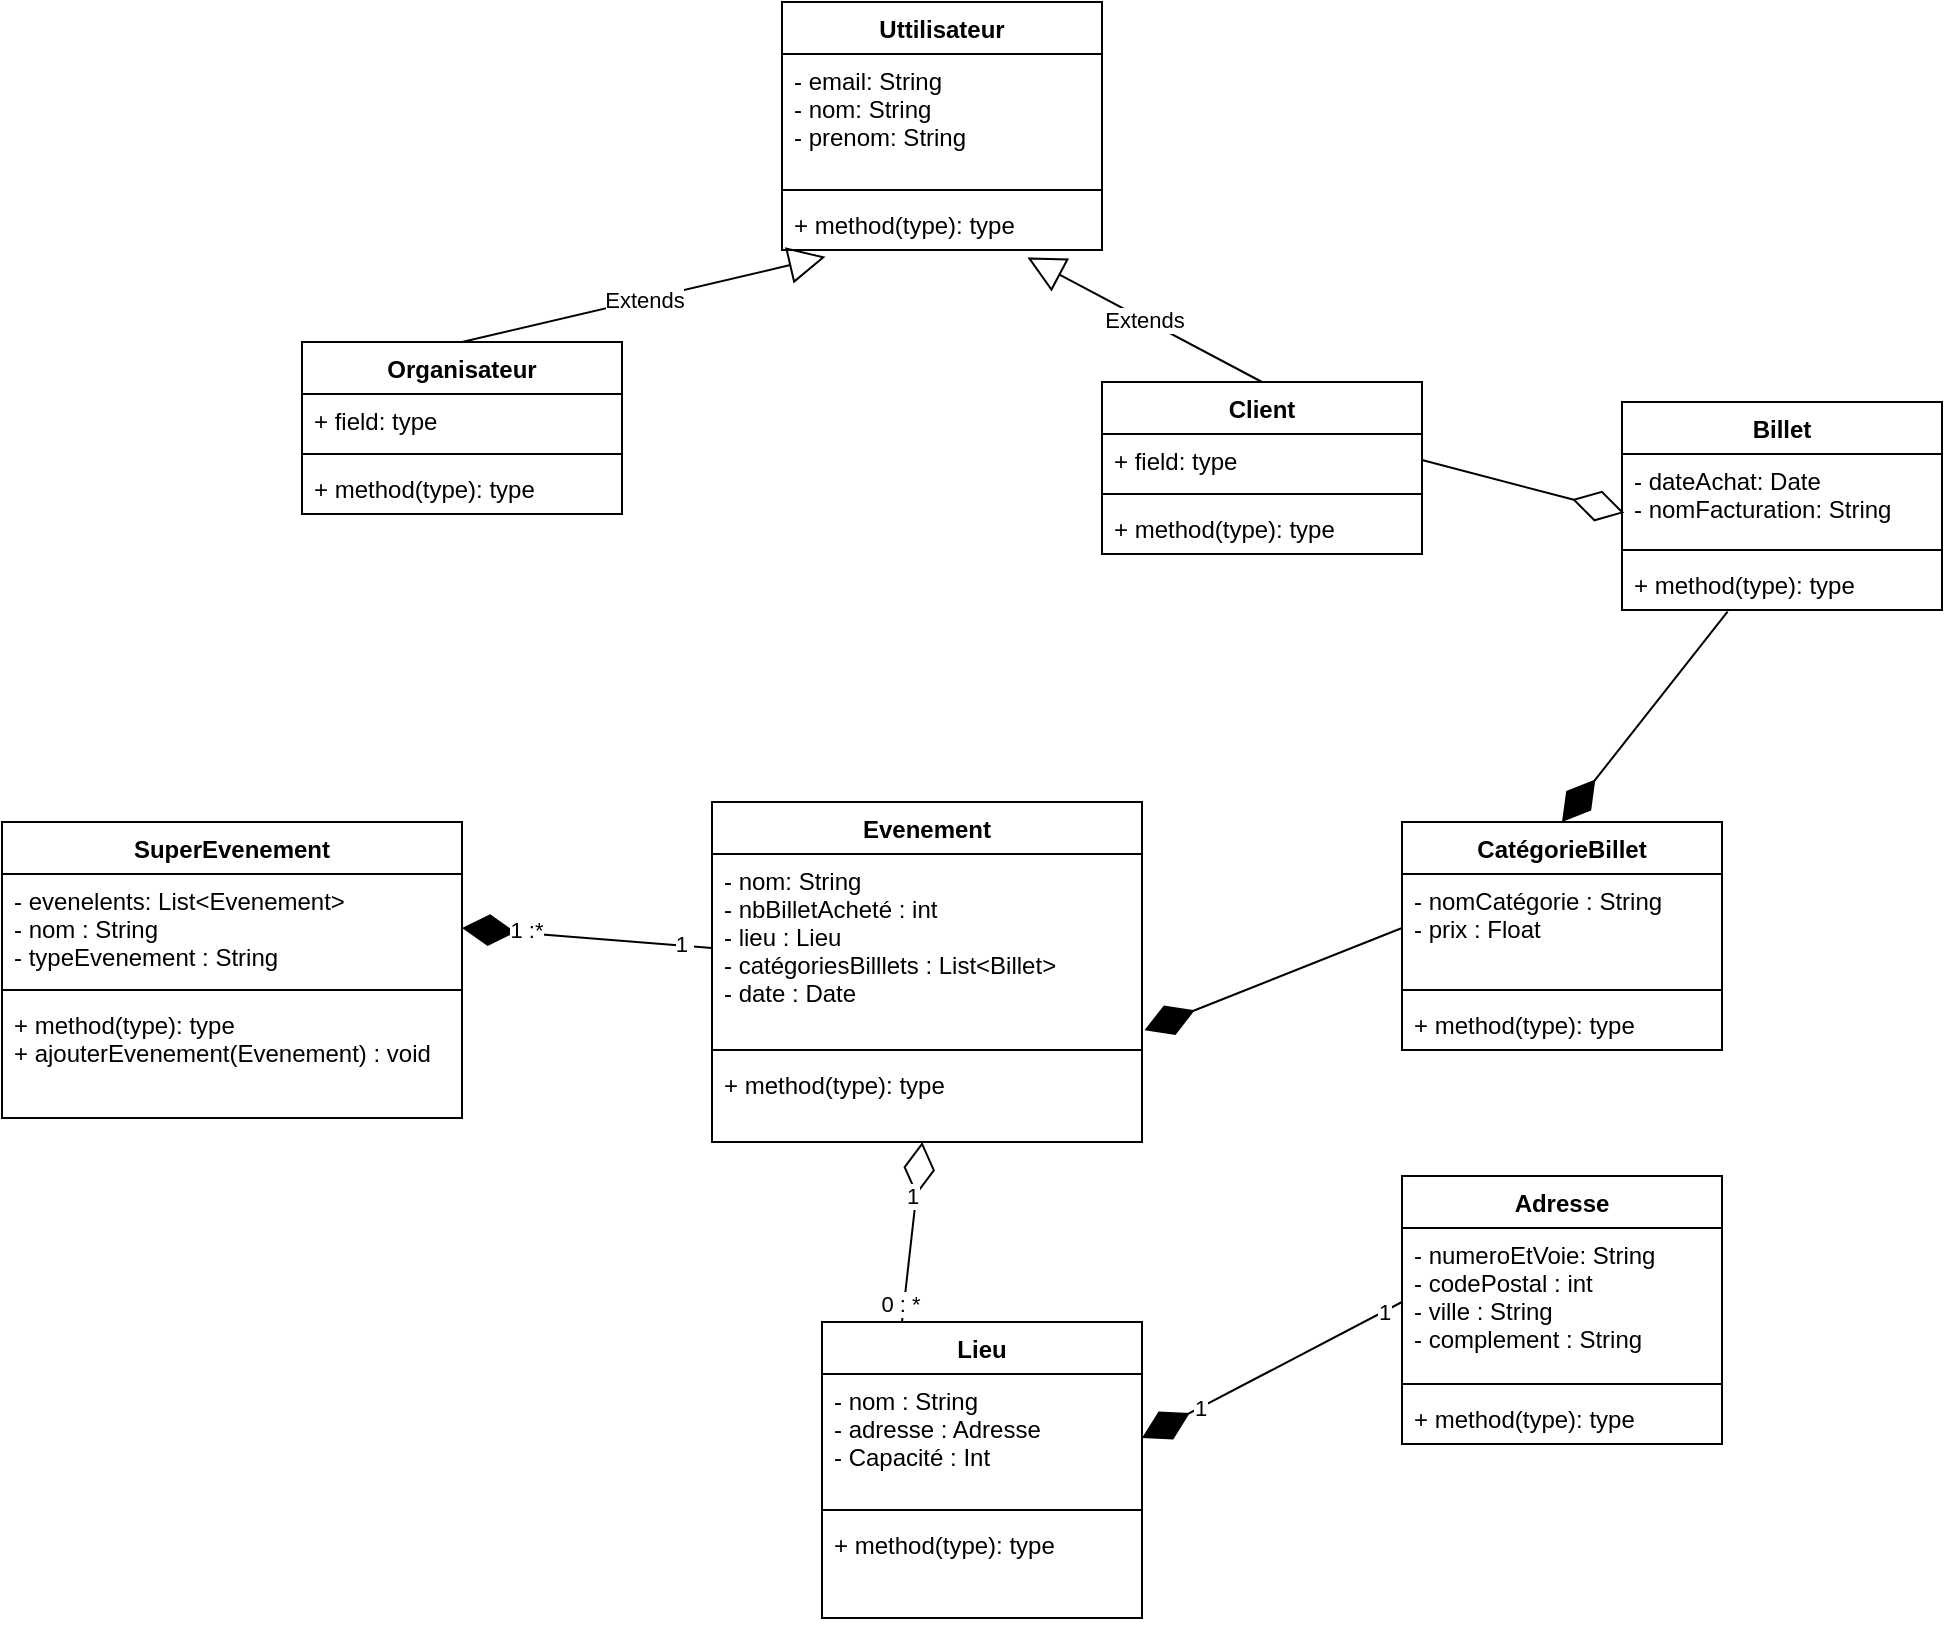
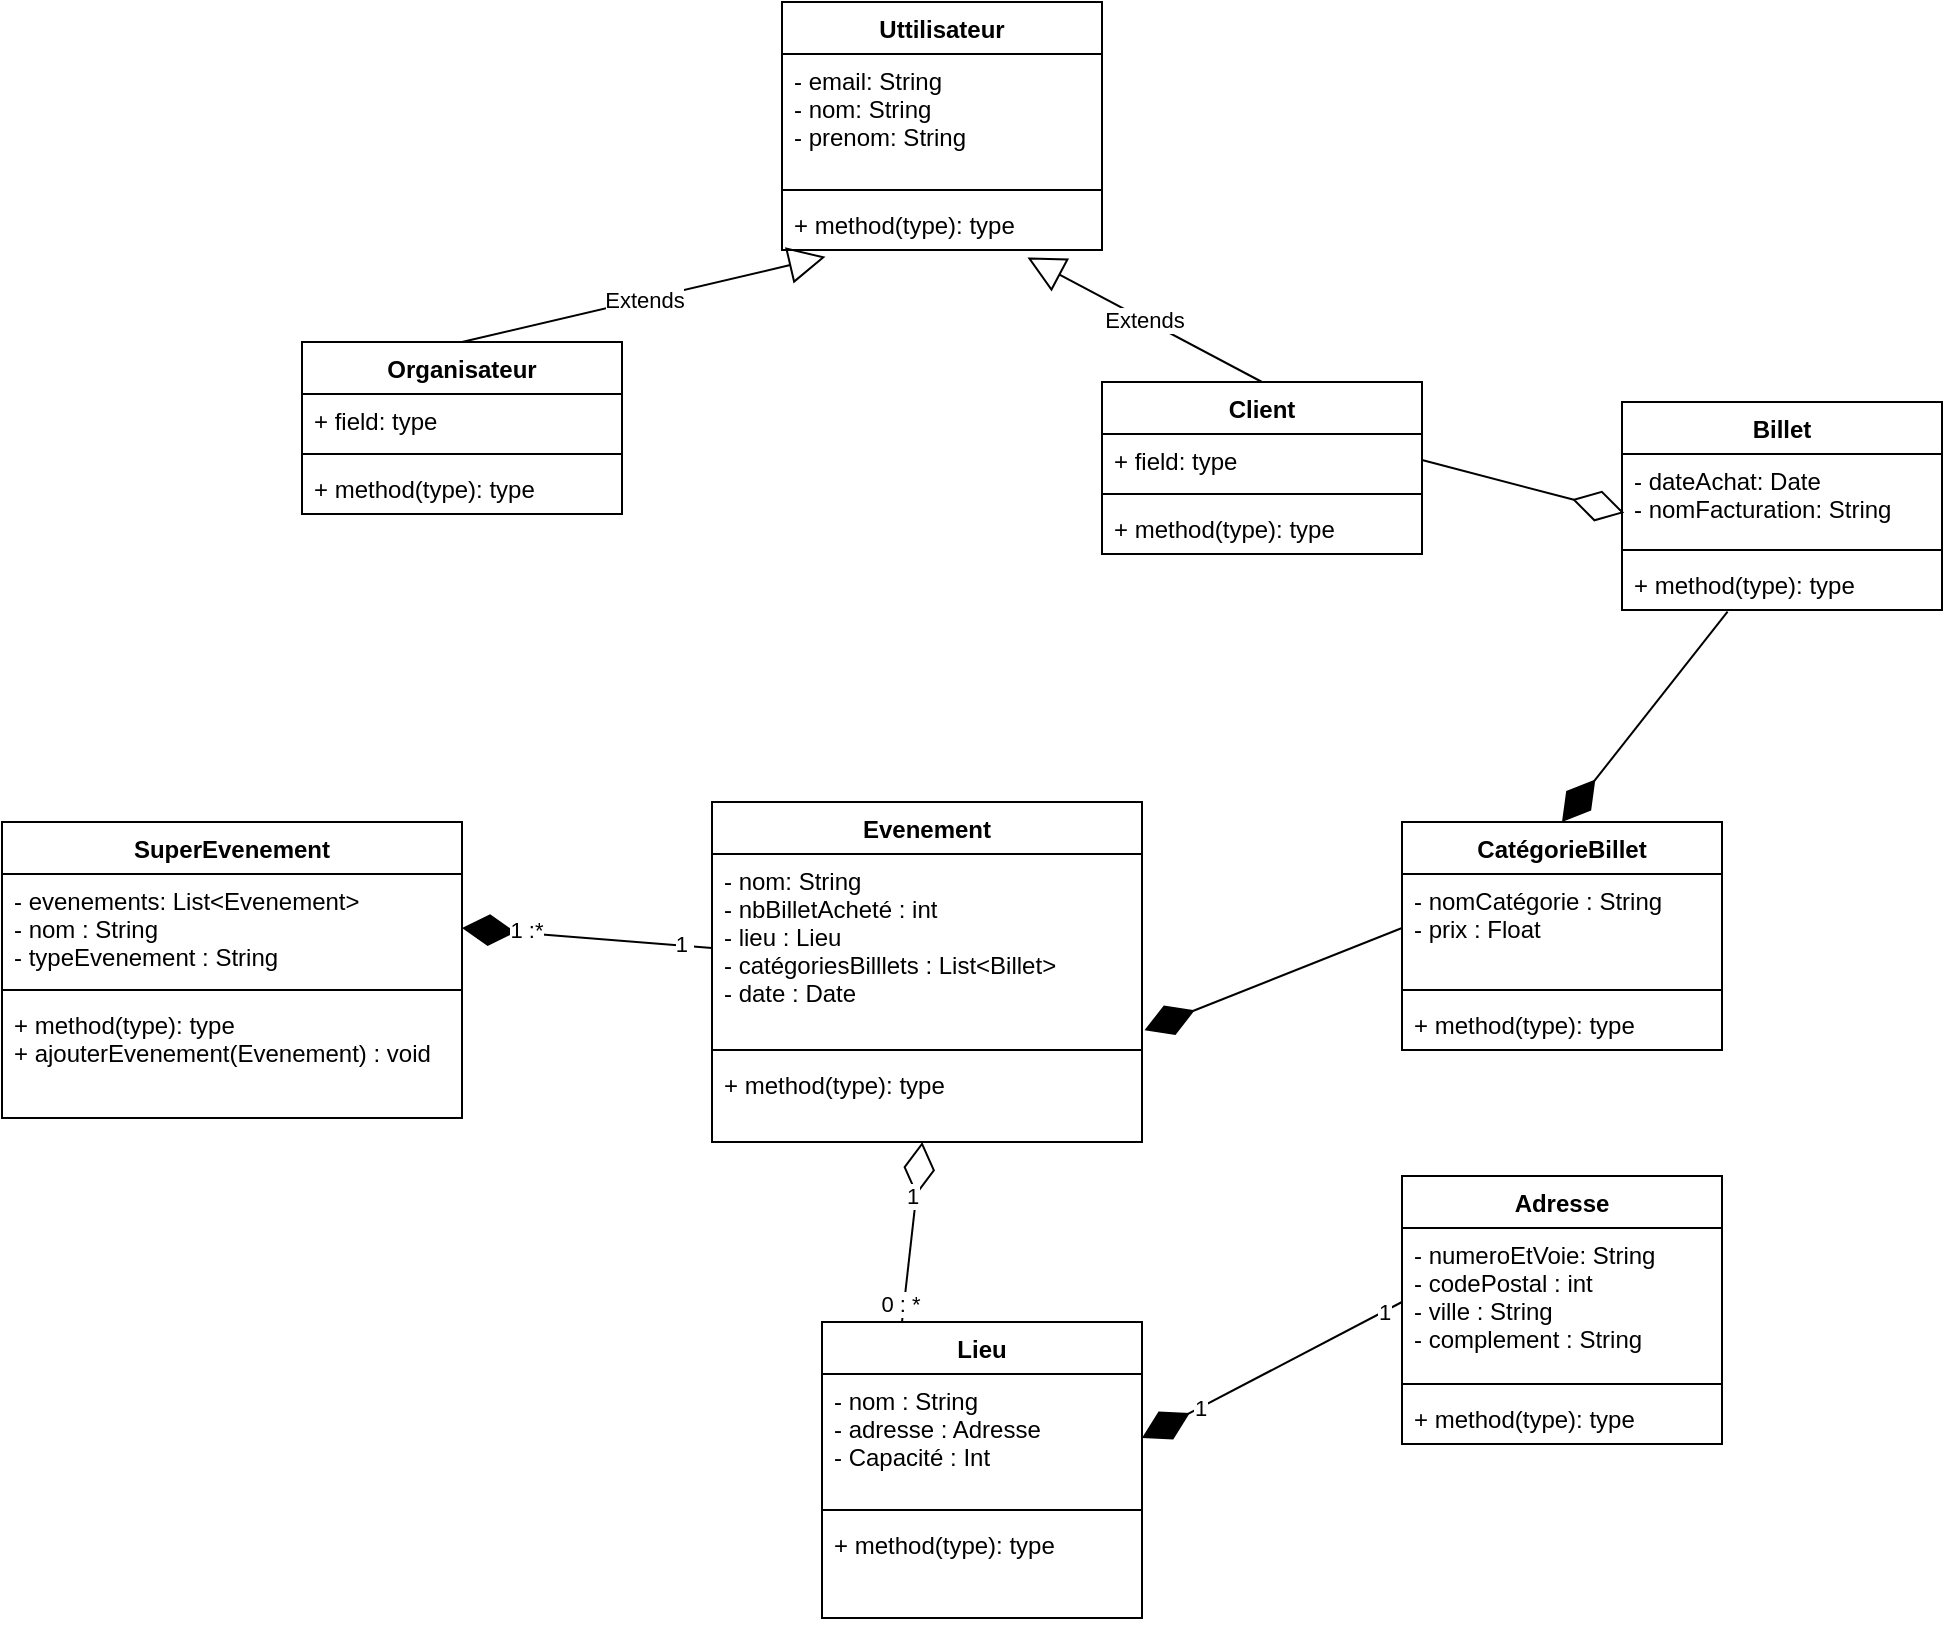
<mxfile host="65bd71144e">
    <diagram id="f2BURgSD-AAibuTe-Y48" name="Page-1">
-         <mxGraphModel dx="991" dy="1755" grid="1" gridSize="10" guides="1" tooltips="1" connect="1" arrows="1" fold="1" page="1" pageScale="1" pageWidth="850" pageHeight="1100" math="0" shadow="0">
+         <mxGraphModel dx="638" dy="2083" grid="1" gridSize="10" guides="1" tooltips="1" connect="1" arrows="1" fold="1" page="1" pageScale="1" pageWidth="850" pageHeight="1100" math="0" shadow="0">
            <root>
                <mxCell id="0"/>
                <mxCell id="1" parent="0"/>
-                 <mxCell id="2" value="Evenement" style="swimlane;fontStyle=1;align=center;verticalAlign=top;childLayout=stackLayout;horizontal=1;startSize=26;horizontalStack=0;resizeParent=1;resizeParentMax=0;resizeLast=0;collapsible=1;marginBottom=0;" vertex="1" parent="1">
+                 <mxCell id="2" value="Evenement" style="swimlane;fontStyle=1;align=center;verticalAlign=top;childLayout=stackLayout;horizontal=1;startSize=26;horizontalStack=0;resizeParent=1;resizeParentMax=0;resizeLast=0;collapsible=1;marginBottom=0;" parent="1" vertex="1">
                    <mxGeometry x="415" y="320" width="215" height="170" as="geometry"/>
                </mxCell>
-                 <mxCell id="3" value="- nom: String&#10;- nbBilletAcheté : int&#10;- lieu : Lieu&#10;- catégoriesBilllets : List&lt;Billet&gt;&#10;- date : Date" style="text;strokeColor=none;fillColor=none;align=left;verticalAlign=top;spacingLeft=4;spacingRight=4;overflow=hidden;rotatable=0;points=[[0,0.5],[1,0.5]];portConstraint=eastwest;" vertex="1" parent="2">
+                 <mxCell id="3" value="- nom: String&#10;- nbBilletAcheté : int&#10;- lieu : Lieu&#10;- catégoriesBilllets : List&lt;Billet&gt;&#10;- date : Date" style="text;strokeColor=none;fillColor=none;align=left;verticalAlign=top;spacingLeft=4;spacingRight=4;overflow=hidden;rotatable=0;points=[[0,0.5],[1,0.5]];portConstraint=eastwest;" parent="2" vertex="1">
                    <mxGeometry y="26" width="215" height="94" as="geometry"/>
                </mxCell>
-                 <mxCell id="4" value="" style="line;strokeWidth=1;fillColor=none;align=left;verticalAlign=middle;spacingTop=-1;spacingLeft=3;spacingRight=3;rotatable=0;labelPosition=right;points=[];portConstraint=eastwest;strokeColor=inherit;" vertex="1" parent="2">
+                 <mxCell id="4" value="" style="line;strokeWidth=1;fillColor=none;align=left;verticalAlign=middle;spacingTop=-1;spacingLeft=3;spacingRight=3;rotatable=0;labelPosition=right;points=[];portConstraint=eastwest;strokeColor=inherit;" parent="2" vertex="1">
                    <mxGeometry y="120" width="215" height="8" as="geometry"/>
                </mxCell>
-                 <mxCell id="5" value="+ method(type): type" style="text;strokeColor=none;fillColor=none;align=left;verticalAlign=top;spacingLeft=4;spacingRight=4;overflow=hidden;rotatable=0;points=[[0,0.5],[1,0.5]];portConstraint=eastwest;" vertex="1" parent="2">
+                 <mxCell id="5" value="+ method(type): type" style="text;strokeColor=none;fillColor=none;align=left;verticalAlign=top;spacingLeft=4;spacingRight=4;overflow=hidden;rotatable=0;points=[[0,0.5],[1,0.5]];portConstraint=eastwest;" parent="2" vertex="1">
                    <mxGeometry y="128" width="215" height="42" as="geometry"/>
                </mxCell>
-                 <mxCell id="6" value="SuperEvenement" style="swimlane;fontStyle=1;align=center;verticalAlign=top;childLayout=stackLayout;horizontal=1;startSize=26;horizontalStack=0;resizeParent=1;resizeParentMax=0;resizeLast=0;collapsible=1;marginBottom=0;" vertex="1" parent="1">
+                 <mxCell id="6" value="SuperEvenement" style="swimlane;fontStyle=1;align=center;verticalAlign=top;childLayout=stackLayout;horizontal=1;startSize=26;horizontalStack=0;resizeParent=1;resizeParentMax=0;resizeLast=0;collapsible=1;marginBottom=0;" parent="1" vertex="1">
                    <mxGeometry x="60" y="330" width="230" height="148" as="geometry"/>
                </mxCell>
-                 <mxCell id="7" value="- evenelents: List&lt;Evenement&gt;&#10;- nom : String&#10;- typeEvenement : String" style="text;strokeColor=none;fillColor=none;align=left;verticalAlign=top;spacingLeft=4;spacingRight=4;overflow=hidden;rotatable=0;points=[[0,0.5],[1,0.5]];portConstraint=eastwest;" vertex="1" parent="6">
+                 <mxCell id="7" value="- evenements: List&lt;Evenement&gt;&#10;- nom : String&#10;- typeEvenement : String" style="text;strokeColor=none;fillColor=none;align=left;verticalAlign=top;spacingLeft=4;spacingRight=4;overflow=hidden;rotatable=0;points=[[0,0.5],[1,0.5]];portConstraint=eastwest;" parent="6" vertex="1">
                    <mxGeometry y="26" width="230" height="54" as="geometry"/>
                </mxCell>
-                 <mxCell id="8" value="" style="line;strokeWidth=1;fillColor=none;align=left;verticalAlign=middle;spacingTop=-1;spacingLeft=3;spacingRight=3;rotatable=0;labelPosition=right;points=[];portConstraint=eastwest;strokeColor=inherit;" vertex="1" parent="6">
+                 <mxCell id="8" value="" style="line;strokeWidth=1;fillColor=none;align=left;verticalAlign=middle;spacingTop=-1;spacingLeft=3;spacingRight=3;rotatable=0;labelPosition=right;points=[];portConstraint=eastwest;strokeColor=inherit;" parent="6" vertex="1">
                    <mxGeometry y="80" width="230" height="8" as="geometry"/>
                </mxCell>
-                 <mxCell id="9" value="+ method(type): type&#10;+ ajouterEvenement(Evenement) : void" style="text;strokeColor=none;fillColor=none;align=left;verticalAlign=top;spacingLeft=4;spacingRight=4;overflow=hidden;rotatable=0;points=[[0,0.5],[1,0.5]];portConstraint=eastwest;" vertex="1" parent="6">
+                 <mxCell id="9" value="+ method(type): type&#10;+ ajouterEvenement(Evenement) : void" style="text;strokeColor=none;fillColor=none;align=left;verticalAlign=top;spacingLeft=4;spacingRight=4;overflow=hidden;rotatable=0;points=[[0,0.5],[1,0.5]];portConstraint=eastwest;" parent="6" vertex="1">
                    <mxGeometry y="88" width="230" height="60" as="geometry"/>
                </mxCell>
-                 <mxCell id="10" value="" style="endArrow=diamondThin;endFill=1;endSize=24;html=1;entryX=1;entryY=0.5;entryDx=0;entryDy=0;exitX=0;exitY=0.5;exitDx=0;exitDy=0;" edge="1" parent="1" source="3" target="7">
+                 <mxCell id="10" value="" style="endArrow=diamondThin;endFill=1;endSize=24;html=1;entryX=1;entryY=0.5;entryDx=0;entryDy=0;exitX=0;exitY=0.5;exitDx=0;exitDy=0;" parent="1" source="3" target="7" edge="1">
                    <mxGeometry width="160" relative="1" as="geometry">
                        <mxPoint x="340" y="400" as="sourcePoint"/>
                        <mxPoint x="500" y="400" as="targetPoint"/>
                    </mxGeometry>
                </mxCell>
-                 <mxCell id="69" value="1 :*" style="edgeLabel;html=1;align=center;verticalAlign=middle;resizable=0;points=[];" vertex="1" connectable="0" parent="10">
+                 <mxCell id="69" value="1 :*" style="edgeLabel;html=1;align=center;verticalAlign=middle;resizable=0;points=[];" parent="10" vertex="1" connectable="0">
                    <mxGeometry x="0.5039" y="-2" relative="1" as="geometry">
                        <mxPoint x="1" as="offset"/>
                    </mxGeometry>
                </mxCell>
-                 <mxCell id="71" value="1&amp;nbsp;" style="edgeLabel;html=1;align=center;verticalAlign=middle;resizable=0;points=[];" vertex="1" connectable="0" parent="10">
+                 <mxCell id="71" value="1&amp;nbsp;" style="edgeLabel;html=1;align=center;verticalAlign=middle;resizable=0;points=[];" parent="10" vertex="1" connectable="0">
                    <mxGeometry x="-0.7667" y="-1" relative="1" as="geometry">
                        <mxPoint as="offset"/>
                    </mxGeometry>
                </mxCell>
-                 <mxCell id="11" value="Lieu" style="swimlane;fontStyle=1;align=center;verticalAlign=top;childLayout=stackLayout;horizontal=1;startSize=26;horizontalStack=0;resizeParent=1;resizeParentMax=0;resizeLast=0;collapsible=1;marginBottom=0;" vertex="1" parent="1">
+                 <mxCell id="11" value="Lieu" style="swimlane;fontStyle=1;align=center;verticalAlign=top;childLayout=stackLayout;horizontal=1;startSize=26;horizontalStack=0;resizeParent=1;resizeParentMax=0;resizeLast=0;collapsible=1;marginBottom=0;" parent="1" vertex="1">
                    <mxGeometry x="470" y="580" width="160" height="148" as="geometry"/>
                </mxCell>
-                 <mxCell id="12" value="- nom : String&#10;- adresse : Adresse&#10;- Capacité : Int&#10;" style="text;strokeColor=none;fillColor=none;align=left;verticalAlign=top;spacingLeft=4;spacingRight=4;overflow=hidden;rotatable=0;points=[[0,0.5],[1,0.5]];portConstraint=eastwest;" vertex="1" parent="11">
+                 <mxCell id="12" value="- nom : String&#10;- adresse : Adresse&#10;- Capacité : Int&#10;" style="text;strokeColor=none;fillColor=none;align=left;verticalAlign=top;spacingLeft=4;spacingRight=4;overflow=hidden;rotatable=0;points=[[0,0.5],[1,0.5]];portConstraint=eastwest;" parent="11" vertex="1">
                    <mxGeometry y="26" width="160" height="64" as="geometry"/>
                </mxCell>
-                 <mxCell id="13" value="" style="line;strokeWidth=1;fillColor=none;align=left;verticalAlign=middle;spacingTop=-1;spacingLeft=3;spacingRight=3;rotatable=0;labelPosition=right;points=[];portConstraint=eastwest;strokeColor=inherit;" vertex="1" parent="11">
+                 <mxCell id="13" value="" style="line;strokeWidth=1;fillColor=none;align=left;verticalAlign=middle;spacingTop=-1;spacingLeft=3;spacingRight=3;rotatable=0;labelPosition=right;points=[];portConstraint=eastwest;strokeColor=inherit;" parent="11" vertex="1">
                    <mxGeometry y="90" width="160" height="8" as="geometry"/>
                </mxCell>
-                 <mxCell id="14" value="+ method(type): type" style="text;strokeColor=none;fillColor=none;align=left;verticalAlign=top;spacingLeft=4;spacingRight=4;overflow=hidden;rotatable=0;points=[[0,0.5],[1,0.5]];portConstraint=eastwest;" vertex="1" parent="11">
+                 <mxCell id="14" value="+ method(type): type" style="text;strokeColor=none;fillColor=none;align=left;verticalAlign=top;spacingLeft=4;spacingRight=4;overflow=hidden;rotatable=0;points=[[0,0.5],[1,0.5]];portConstraint=eastwest;" parent="11" vertex="1">
                    <mxGeometry y="98" width="160" height="50" as="geometry"/>
                </mxCell>
-                 <mxCell id="15" value="" style="endArrow=diamondThin;endFill=0;endSize=24;html=1;exitX=0.25;exitY=0;exitDx=0;exitDy=0;" edge="1" parent="1" source="11" target="5">
+                 <mxCell id="15" value="" style="endArrow=diamondThin;endFill=0;endSize=24;html=1;exitX=0.25;exitY=0;exitDx=0;exitDy=0;" parent="1" source="11" target="5" edge="1">
                    <mxGeometry width="160" relative="1" as="geometry">
                        <mxPoint x="430" y="570" as="sourcePoint"/>
                        <mxPoint x="590" y="570" as="targetPoint"/>
                    </mxGeometry>
                </mxCell>
-                 <mxCell id="72" value="1" style="edgeLabel;html=1;align=center;verticalAlign=middle;resizable=0;points=[];" vertex="1" connectable="0" parent="15">
+                 <mxCell id="72" value="1" style="edgeLabel;html=1;align=center;verticalAlign=middle;resizable=0;points=[];" parent="15" vertex="1" connectable="0">
                    <mxGeometry x="0.3864" y="2" relative="1" as="geometry">
                        <mxPoint as="offset"/>
                    </mxGeometry>
                </mxCell>
-                 <mxCell id="73" value="0 : *" style="edgeLabel;html=1;align=center;verticalAlign=middle;resizable=0;points=[];" vertex="1" connectable="0" parent="15">
+                 <mxCell id="73" value="0 : *" style="edgeLabel;html=1;align=center;verticalAlign=middle;resizable=0;points=[];" parent="15" vertex="1" connectable="0">
                    <mxGeometry x="-0.7988" y="2" relative="1" as="geometry">
                        <mxPoint as="offset"/>
                    </mxGeometry>
                </mxCell>
-                 <mxCell id="17" value="CatégorieBillet" style="swimlane;fontStyle=1;align=center;verticalAlign=top;childLayout=stackLayout;horizontal=1;startSize=26;horizontalStack=0;resizeParent=1;resizeParentMax=0;resizeLast=0;collapsible=1;marginBottom=0;" vertex="1" parent="1">
+                 <mxCell id="17" value="CatégorieBillet" style="swimlane;fontStyle=1;align=center;verticalAlign=top;childLayout=stackLayout;horizontal=1;startSize=26;horizontalStack=0;resizeParent=1;resizeParentMax=0;resizeLast=0;collapsible=1;marginBottom=0;" parent="1" vertex="1">
                    <mxGeometry x="760" y="330" width="160" height="114" as="geometry"/>
                </mxCell>
-                 <mxCell id="18" value="- nomCatégorie : String&#10;- prix : Float" style="text;strokeColor=none;fillColor=none;align=left;verticalAlign=top;spacingLeft=4;spacingRight=4;overflow=hidden;rotatable=0;points=[[0,0.5],[1,0.5]];portConstraint=eastwest;" vertex="1" parent="17">
+                 <mxCell id="18" value="- nomCatégorie : String&#10;- prix : Float" style="text;strokeColor=none;fillColor=none;align=left;verticalAlign=top;spacingLeft=4;spacingRight=4;overflow=hidden;rotatable=0;points=[[0,0.5],[1,0.5]];portConstraint=eastwest;" parent="17" vertex="1">
                    <mxGeometry y="26" width="160" height="54" as="geometry"/>
                </mxCell>
-                 <mxCell id="19" value="" style="line;strokeWidth=1;fillColor=none;align=left;verticalAlign=middle;spacingTop=-1;spacingLeft=3;spacingRight=3;rotatable=0;labelPosition=right;points=[];portConstraint=eastwest;strokeColor=inherit;" vertex="1" parent="17">
+                 <mxCell id="19" value="" style="line;strokeWidth=1;fillColor=none;align=left;verticalAlign=middle;spacingTop=-1;spacingLeft=3;spacingRight=3;rotatable=0;labelPosition=right;points=[];portConstraint=eastwest;strokeColor=inherit;" parent="17" vertex="1">
                    <mxGeometry y="80" width="160" height="8" as="geometry"/>
                </mxCell>
-                 <mxCell id="20" value="+ method(type): type" style="text;strokeColor=none;fillColor=none;align=left;verticalAlign=top;spacingLeft=4;spacingRight=4;overflow=hidden;rotatable=0;points=[[0,0.5],[1,0.5]];portConstraint=eastwest;" vertex="1" parent="17">
+                 <mxCell id="20" value="+ method(type): type" style="text;strokeColor=none;fillColor=none;align=left;verticalAlign=top;spacingLeft=4;spacingRight=4;overflow=hidden;rotatable=0;points=[[0,0.5],[1,0.5]];portConstraint=eastwest;" parent="17" vertex="1">
                    <mxGeometry y="88" width="160" height="26" as="geometry"/>
                </mxCell>
-                 <mxCell id="23" value="" style="endArrow=diamondThin;endFill=1;endSize=24;html=1;exitX=0;exitY=0.5;exitDx=0;exitDy=0;entryX=1.006;entryY=0.937;entryDx=0;entryDy=0;entryPerimeter=0;" edge="1" parent="1" source="18" target="3">
+                 <mxCell id="23" value="" style="endArrow=diamondThin;endFill=1;endSize=24;html=1;exitX=0;exitY=0.5;exitDx=0;exitDy=0;entryX=1.006;entryY=0.937;entryDx=0;entryDy=0;entryPerimeter=0;" parent="1" source="18" target="3" edge="1">
                    <mxGeometry width="160" relative="1" as="geometry">
                        <mxPoint x="440" y="470" as="sourcePoint"/>
                        <mxPoint x="660" y="500" as="targetPoint"/>
                    </mxGeometry>
                </mxCell>
-                 <mxCell id="43" value="Adresse" style="swimlane;fontStyle=1;align=center;verticalAlign=top;childLayout=stackLayout;horizontal=1;startSize=26;horizontalStack=0;resizeParent=1;resizeParentMax=0;resizeLast=0;collapsible=1;marginBottom=0;" vertex="1" parent="1">
+                 <mxCell id="43" value="Adresse" style="swimlane;fontStyle=1;align=center;verticalAlign=top;childLayout=stackLayout;horizontal=1;startSize=26;horizontalStack=0;resizeParent=1;resizeParentMax=0;resizeLast=0;collapsible=1;marginBottom=0;" parent="1" vertex="1">
                    <mxGeometry x="760" y="507" width="160" height="134" as="geometry"/>
                </mxCell>
-                 <mxCell id="44" value="- numeroEtVoie: String&#10;- codePostal : int&#10;- ville : String&#10;- complement : String" style="text;strokeColor=none;fillColor=none;align=left;verticalAlign=top;spacingLeft=4;spacingRight=4;overflow=hidden;rotatable=0;points=[[0,0.5],[1,0.5]];portConstraint=eastwest;" vertex="1" parent="43">
+                 <mxCell id="44" value="- numeroEtVoie: String&#10;- codePostal : int&#10;- ville : String&#10;- complement : String" style="text;strokeColor=none;fillColor=none;align=left;verticalAlign=top;spacingLeft=4;spacingRight=4;overflow=hidden;rotatable=0;points=[[0,0.5],[1,0.5]];portConstraint=eastwest;" parent="43" vertex="1">
                    <mxGeometry y="26" width="160" height="74" as="geometry"/>
                </mxCell>
-                 <mxCell id="45" value="" style="line;strokeWidth=1;fillColor=none;align=left;verticalAlign=middle;spacingTop=-1;spacingLeft=3;spacingRight=3;rotatable=0;labelPosition=right;points=[];portConstraint=eastwest;strokeColor=inherit;" vertex="1" parent="43">
+                 <mxCell id="45" value="" style="line;strokeWidth=1;fillColor=none;align=left;verticalAlign=middle;spacingTop=-1;spacingLeft=3;spacingRight=3;rotatable=0;labelPosition=right;points=[];portConstraint=eastwest;strokeColor=inherit;" parent="43" vertex="1">
                    <mxGeometry y="100" width="160" height="8" as="geometry"/>
                </mxCell>
-                 <mxCell id="46" value="+ method(type): type" style="text;strokeColor=none;fillColor=none;align=left;verticalAlign=top;spacingLeft=4;spacingRight=4;overflow=hidden;rotatable=0;points=[[0,0.5],[1,0.5]];portConstraint=eastwest;" vertex="1" parent="43">
+                 <mxCell id="46" value="+ method(type): type" style="text;strokeColor=none;fillColor=none;align=left;verticalAlign=top;spacingLeft=4;spacingRight=4;overflow=hidden;rotatable=0;points=[[0,0.5],[1,0.5]];portConstraint=eastwest;" parent="43" vertex="1">
                    <mxGeometry y="108" width="160" height="26" as="geometry"/>
                </mxCell>
-                 <mxCell id="47" value="" style="endArrow=diamondThin;endFill=1;endSize=24;html=1;entryX=1;entryY=0.5;entryDx=0;entryDy=0;exitX=0;exitY=0.5;exitDx=0;exitDy=0;" edge="1" parent="1" source="44" target="12">
+                 <mxCell id="47" value="" style="endArrow=diamondThin;endFill=1;endSize=24;html=1;entryX=1;entryY=0.5;entryDx=0;entryDy=0;exitX=0;exitY=0.5;exitDx=0;exitDy=0;" parent="1" source="44" target="12" edge="1">
                    <mxGeometry width="160" relative="1" as="geometry">
                        <mxPoint x="590" y="440" as="sourcePoint"/>
                        <mxPoint x="750" y="440" as="targetPoint"/>
                    </mxGeometry>
                </mxCell>
-                 <mxCell id="74" value="1" style="edgeLabel;html=1;align=center;verticalAlign=middle;resizable=0;points=[];" vertex="1" connectable="0" parent="47">
+                 <mxCell id="74" value="1" style="edgeLabel;html=1;align=center;verticalAlign=middle;resizable=0;points=[];" parent="47" vertex="1" connectable="0">
                    <mxGeometry x="0.5515" relative="1" as="geometry">
                        <mxPoint as="offset"/>
                    </mxGeometry>
                </mxCell>
-                 <mxCell id="75" value="1" style="edgeLabel;html=1;align=center;verticalAlign=middle;resizable=0;points=[];" vertex="1" connectable="0" parent="47">
+                 <mxCell id="75" value="1" style="edgeLabel;html=1;align=center;verticalAlign=middle;resizable=0;points=[];" parent="47" vertex="1" connectable="0">
                    <mxGeometry x="-0.855" relative="1" as="geometry">
                        <mxPoint as="offset"/>
                    </mxGeometry>
                </mxCell>
-                 <mxCell id="48" value="Uttilisateur" style="swimlane;fontStyle=1;align=center;verticalAlign=top;childLayout=stackLayout;horizontal=1;startSize=26;horizontalStack=0;resizeParent=1;resizeParentMax=0;resizeLast=0;collapsible=1;marginBottom=0;" vertex="1" parent="1">
+                 <mxCell id="48" value="Uttilisateur" style="swimlane;fontStyle=1;align=center;verticalAlign=top;childLayout=stackLayout;horizontal=1;startSize=26;horizontalStack=0;resizeParent=1;resizeParentMax=0;resizeLast=0;collapsible=1;marginBottom=0;" parent="1" vertex="1">
                    <mxGeometry x="450" y="-80" width="160" height="124" as="geometry"/>
                </mxCell>
-                 <mxCell id="49" value="- email: String&#10;- nom: String&#10;- prenom: String" style="text;strokeColor=none;fillColor=none;align=left;verticalAlign=top;spacingLeft=4;spacingRight=4;overflow=hidden;rotatable=0;points=[[0,0.5],[1,0.5]];portConstraint=eastwest;" vertex="1" parent="48">
+                 <mxCell id="49" value="- email: String&#10;- nom: String&#10;- prenom: String" style="text;strokeColor=none;fillColor=none;align=left;verticalAlign=top;spacingLeft=4;spacingRight=4;overflow=hidden;rotatable=0;points=[[0,0.5],[1,0.5]];portConstraint=eastwest;" parent="48" vertex="1">
                    <mxGeometry y="26" width="160" height="64" as="geometry"/>
                </mxCell>
-                 <mxCell id="50" value="" style="line;strokeWidth=1;fillColor=none;align=left;verticalAlign=middle;spacingTop=-1;spacingLeft=3;spacingRight=3;rotatable=0;labelPosition=right;points=[];portConstraint=eastwest;strokeColor=inherit;" vertex="1" parent="48">
+                 <mxCell id="50" value="" style="line;strokeWidth=1;fillColor=none;align=left;verticalAlign=middle;spacingTop=-1;spacingLeft=3;spacingRight=3;rotatable=0;labelPosition=right;points=[];portConstraint=eastwest;strokeColor=inherit;" parent="48" vertex="1">
                    <mxGeometry y="90" width="160" height="8" as="geometry"/>
                </mxCell>
-                 <mxCell id="51" value="+ method(type): type" style="text;strokeColor=none;fillColor=none;align=left;verticalAlign=top;spacingLeft=4;spacingRight=4;overflow=hidden;rotatable=0;points=[[0,0.5],[1,0.5]];portConstraint=eastwest;" vertex="1" parent="48">
+                 <mxCell id="51" value="+ method(type): type" style="text;strokeColor=none;fillColor=none;align=left;verticalAlign=top;spacingLeft=4;spacingRight=4;overflow=hidden;rotatable=0;points=[[0,0.5],[1,0.5]];portConstraint=eastwest;" parent="48" vertex="1">
                    <mxGeometry y="98" width="160" height="26" as="geometry"/>
                </mxCell>
-                 <mxCell id="52" value="Organisateur" style="swimlane;fontStyle=1;align=center;verticalAlign=top;childLayout=stackLayout;horizontal=1;startSize=26;horizontalStack=0;resizeParent=1;resizeParentMax=0;resizeLast=0;collapsible=1;marginBottom=0;" vertex="1" parent="1">
+                 <mxCell id="52" value="Organisateur" style="swimlane;fontStyle=1;align=center;verticalAlign=top;childLayout=stackLayout;horizontal=1;startSize=26;horizontalStack=0;resizeParent=1;resizeParentMax=0;resizeLast=0;collapsible=1;marginBottom=0;" parent="1" vertex="1">
                    <mxGeometry x="210" y="90" width="160" height="86" as="geometry"/>
                </mxCell>
-                 <mxCell id="53" value="+ field: type" style="text;strokeColor=none;fillColor=none;align=left;verticalAlign=top;spacingLeft=4;spacingRight=4;overflow=hidden;rotatable=0;points=[[0,0.5],[1,0.5]];portConstraint=eastwest;" vertex="1" parent="52">
+                 <mxCell id="53" value="+ field: type" style="text;strokeColor=none;fillColor=none;align=left;verticalAlign=top;spacingLeft=4;spacingRight=4;overflow=hidden;rotatable=0;points=[[0,0.5],[1,0.5]];portConstraint=eastwest;" parent="52" vertex="1">
                    <mxGeometry y="26" width="160" height="26" as="geometry"/>
                </mxCell>
-                 <mxCell id="54" value="" style="line;strokeWidth=1;fillColor=none;align=left;verticalAlign=middle;spacingTop=-1;spacingLeft=3;spacingRight=3;rotatable=0;labelPosition=right;points=[];portConstraint=eastwest;strokeColor=inherit;" vertex="1" parent="52">
+                 <mxCell id="54" value="" style="line;strokeWidth=1;fillColor=none;align=left;verticalAlign=middle;spacingTop=-1;spacingLeft=3;spacingRight=3;rotatable=0;labelPosition=right;points=[];portConstraint=eastwest;strokeColor=inherit;" parent="52" vertex="1">
                    <mxGeometry y="52" width="160" height="8" as="geometry"/>
                </mxCell>
-                 <mxCell id="55" value="+ method(type): type" style="text;strokeColor=none;fillColor=none;align=left;verticalAlign=top;spacingLeft=4;spacingRight=4;overflow=hidden;rotatable=0;points=[[0,0.5],[1,0.5]];portConstraint=eastwest;" vertex="1" parent="52">
+                 <mxCell id="55" value="+ method(type): type" style="text;strokeColor=none;fillColor=none;align=left;verticalAlign=top;spacingLeft=4;spacingRight=4;overflow=hidden;rotatable=0;points=[[0,0.5],[1,0.5]];portConstraint=eastwest;" parent="52" vertex="1">
                    <mxGeometry y="60" width="160" height="26" as="geometry"/>
                </mxCell>
-                 <mxCell id="56" value="Client" style="swimlane;fontStyle=1;align=center;verticalAlign=top;childLayout=stackLayout;horizontal=1;startSize=26;horizontalStack=0;resizeParent=1;resizeParentMax=0;resizeLast=0;collapsible=1;marginBottom=0;" vertex="1" parent="1">
+                 <mxCell id="56" value="Client" style="swimlane;fontStyle=1;align=center;verticalAlign=top;childLayout=stackLayout;horizontal=1;startSize=26;horizontalStack=0;resizeParent=1;resizeParentMax=0;resizeLast=0;collapsible=1;marginBottom=0;" parent="1" vertex="1">
                    <mxGeometry x="610" y="110" width="160" height="86" as="geometry"/>
                </mxCell>
-                 <mxCell id="57" value="+ field: type" style="text;strokeColor=none;fillColor=none;align=left;verticalAlign=top;spacingLeft=4;spacingRight=4;overflow=hidden;rotatable=0;points=[[0,0.5],[1,0.5]];portConstraint=eastwest;" vertex="1" parent="56">
+                 <mxCell id="57" value="+ field: type" style="text;strokeColor=none;fillColor=none;align=left;verticalAlign=top;spacingLeft=4;spacingRight=4;overflow=hidden;rotatable=0;points=[[0,0.5],[1,0.5]];portConstraint=eastwest;" parent="56" vertex="1">
                    <mxGeometry y="26" width="160" height="26" as="geometry"/>
                </mxCell>
-                 <mxCell id="58" value="" style="line;strokeWidth=1;fillColor=none;align=left;verticalAlign=middle;spacingTop=-1;spacingLeft=3;spacingRight=3;rotatable=0;labelPosition=right;points=[];portConstraint=eastwest;strokeColor=inherit;" vertex="1" parent="56">
+                 <mxCell id="58" value="" style="line;strokeWidth=1;fillColor=none;align=left;verticalAlign=middle;spacingTop=-1;spacingLeft=3;spacingRight=3;rotatable=0;labelPosition=right;points=[];portConstraint=eastwest;strokeColor=inherit;" parent="56" vertex="1">
                    <mxGeometry y="52" width="160" height="8" as="geometry"/>
                </mxCell>
-                 <mxCell id="59" value="+ method(type): type" style="text;strokeColor=none;fillColor=none;align=left;verticalAlign=top;spacingLeft=4;spacingRight=4;overflow=hidden;rotatable=0;points=[[0,0.5],[1,0.5]];portConstraint=eastwest;" vertex="1" parent="56">
+                 <mxCell id="59" value="+ method(type): type" style="text;strokeColor=none;fillColor=none;align=left;verticalAlign=top;spacingLeft=4;spacingRight=4;overflow=hidden;rotatable=0;points=[[0,0.5],[1,0.5]];portConstraint=eastwest;" parent="56" vertex="1">
                    <mxGeometry y="60" width="160" height="26" as="geometry"/>
                </mxCell>
-                 <mxCell id="60" value="Extends" style="endArrow=block;endSize=16;endFill=0;html=1;entryX=0.136;entryY=1.131;entryDx=0;entryDy=0;entryPerimeter=0;exitX=0.5;exitY=0;exitDx=0;exitDy=0;" edge="1" parent="1" source="52" target="51">
+                 <mxCell id="60" value="Extends" style="endArrow=block;endSize=16;endFill=0;html=1;entryX=0.136;entryY=1.131;entryDx=0;entryDy=0;entryPerimeter=0;exitX=0.5;exitY=0;exitDx=0;exitDy=0;" parent="1" source="52" target="51" edge="1">
                    <mxGeometry width="160" relative="1" as="geometry">
                        <mxPoint x="440" y="240" as="sourcePoint"/>
                        <mxPoint x="600" y="240" as="targetPoint"/>
                    </mxGeometry>
                </mxCell>
-                 <mxCell id="61" value="Extends" style="endArrow=block;endSize=16;endFill=0;html=1;entryX=0.767;entryY=1.145;entryDx=0;entryDy=0;entryPerimeter=0;exitX=0.5;exitY=0;exitDx=0;exitDy=0;" edge="1" parent="1" source="56" target="51">
+                 <mxCell id="61" value="Extends" style="endArrow=block;endSize=16;endFill=0;html=1;entryX=0.767;entryY=1.145;entryDx=0;entryDy=0;entryPerimeter=0;exitX=0.5;exitY=0;exitDx=0;exitDy=0;" parent="1" source="56" target="51" edge="1">
                    <mxGeometry width="160" relative="1" as="geometry">
                        <mxPoint x="440" y="240" as="sourcePoint"/>
                        <mxPoint x="600" y="240" as="targetPoint"/>
                    </mxGeometry>
                </mxCell>
-                 <mxCell id="62" value="Billet" style="swimlane;fontStyle=1;align=center;verticalAlign=top;childLayout=stackLayout;horizontal=1;startSize=26;horizontalStack=0;resizeParent=1;resizeParentMax=0;resizeLast=0;collapsible=1;marginBottom=0;" vertex="1" parent="1">
+                 <mxCell id="62" value="Billet" style="swimlane;fontStyle=1;align=center;verticalAlign=top;childLayout=stackLayout;horizontal=1;startSize=26;horizontalStack=0;resizeParent=1;resizeParentMax=0;resizeLast=0;collapsible=1;marginBottom=0;" parent="1" vertex="1">
                    <mxGeometry x="870" y="120" width="160" height="104" as="geometry"/>
                </mxCell>
-                 <mxCell id="63" value="- dateAchat: Date&#10;- nomFacturation: String" style="text;strokeColor=none;fillColor=none;align=left;verticalAlign=top;spacingLeft=4;spacingRight=4;overflow=hidden;rotatable=0;points=[[0,0.5],[1,0.5]];portConstraint=eastwest;" vertex="1" parent="62">
+                 <mxCell id="63" value="- dateAchat: Date&#10;- nomFacturation: String" style="text;strokeColor=none;fillColor=none;align=left;verticalAlign=top;spacingLeft=4;spacingRight=4;overflow=hidden;rotatable=0;points=[[0,0.5],[1,0.5]];portConstraint=eastwest;" parent="62" vertex="1">
                    <mxGeometry y="26" width="160" height="44" as="geometry"/>
                </mxCell>
-                 <mxCell id="64" value="" style="line;strokeWidth=1;fillColor=none;align=left;verticalAlign=middle;spacingTop=-1;spacingLeft=3;spacingRight=3;rotatable=0;labelPosition=right;points=[];portConstraint=eastwest;strokeColor=inherit;" vertex="1" parent="62">
+                 <mxCell id="64" value="" style="line;strokeWidth=1;fillColor=none;align=left;verticalAlign=middle;spacingTop=-1;spacingLeft=3;spacingRight=3;rotatable=0;labelPosition=right;points=[];portConstraint=eastwest;strokeColor=inherit;" parent="62" vertex="1">
                    <mxGeometry y="70" width="160" height="8" as="geometry"/>
                </mxCell>
-                 <mxCell id="65" value="+ method(type): type" style="text;strokeColor=none;fillColor=none;align=left;verticalAlign=top;spacingLeft=4;spacingRight=4;overflow=hidden;rotatable=0;points=[[0,0.5],[1,0.5]];portConstraint=eastwest;" vertex="1" parent="62">
+                 <mxCell id="65" value="+ method(type): type" style="text;strokeColor=none;fillColor=none;align=left;verticalAlign=top;spacingLeft=4;spacingRight=4;overflow=hidden;rotatable=0;points=[[0,0.5],[1,0.5]];portConstraint=eastwest;" parent="62" vertex="1">
                    <mxGeometry y="78" width="160" height="26" as="geometry"/>
                </mxCell>
-                 <mxCell id="67" value="" style="endArrow=diamondThin;endFill=1;endSize=24;html=1;entryX=0.5;entryY=0;entryDx=0;entryDy=0;exitX=0.33;exitY=1.03;exitDx=0;exitDy=0;exitPerimeter=0;" edge="1" parent="1" source="65" target="17">
+                 <mxCell id="67" value="" style="endArrow=diamondThin;endFill=1;endSize=24;html=1;entryX=0.5;entryY=0;entryDx=0;entryDy=0;exitX=0.33;exitY=1.03;exitDx=0;exitDy=0;exitPerimeter=0;" parent="1" source="65" target="17" edge="1">
                    <mxGeometry width="160" relative="1" as="geometry">
                        <mxPoint x="440" y="340" as="sourcePoint"/>
                        <mxPoint x="600" y="340" as="targetPoint"/>
                    </mxGeometry>
                </mxCell>
-                 <mxCell id="68" value="" style="endArrow=diamondThin;endFill=0;endSize=24;html=1;exitX=1;exitY=0.5;exitDx=0;exitDy=0;entryX=0.007;entryY=0.669;entryDx=0;entryDy=0;entryPerimeter=0;" edge="1" parent="1" source="57" target="63">
+                 <mxCell id="68" value="" style="endArrow=diamondThin;endFill=0;endSize=24;html=1;exitX=1;exitY=0.5;exitDx=0;exitDy=0;entryX=0.007;entryY=0.669;entryDx=0;entryDy=0;entryPerimeter=0;" parent="1" source="57" target="63" edge="1">
                    <mxGeometry width="160" relative="1" as="geometry">
                        <mxPoint x="610" y="240" as="sourcePoint"/>
                        <mxPoint x="770" y="240" as="targetPoint"/>
                    </mxGeometry>
                </mxCell>
            </root>
        </mxGraphModel>
    </diagram>
</mxfile>